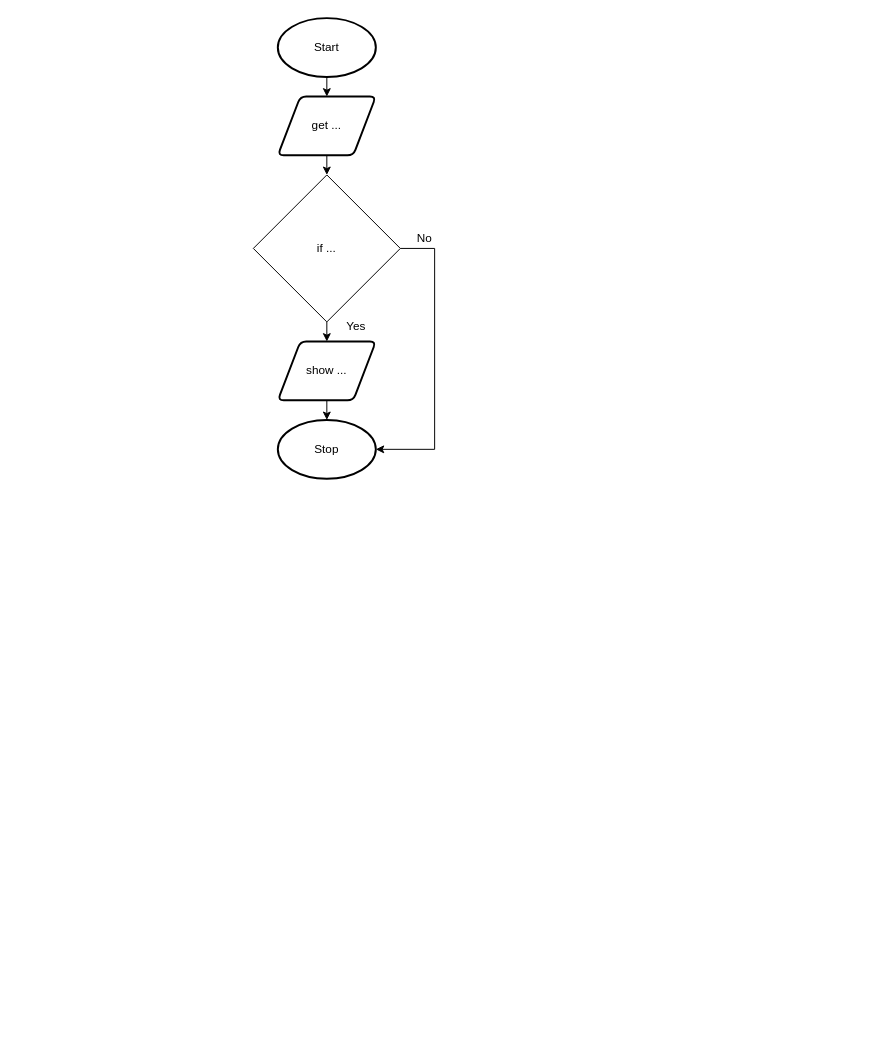
Above: drawio/flowchart/flowchart.drawio in Aidan-Lalonde-Novales/ICS3U-Unit4-02-Python (draw.io), before the change. Source tidied: cells renumbered, new cells numbered last; positions are measured from the earlier drawing's top-left corner, leaving out a move shared by most shapes. Both pictures are drawn from the tidied source at 98%, with x=0, y=0 at pixel (253, 18).
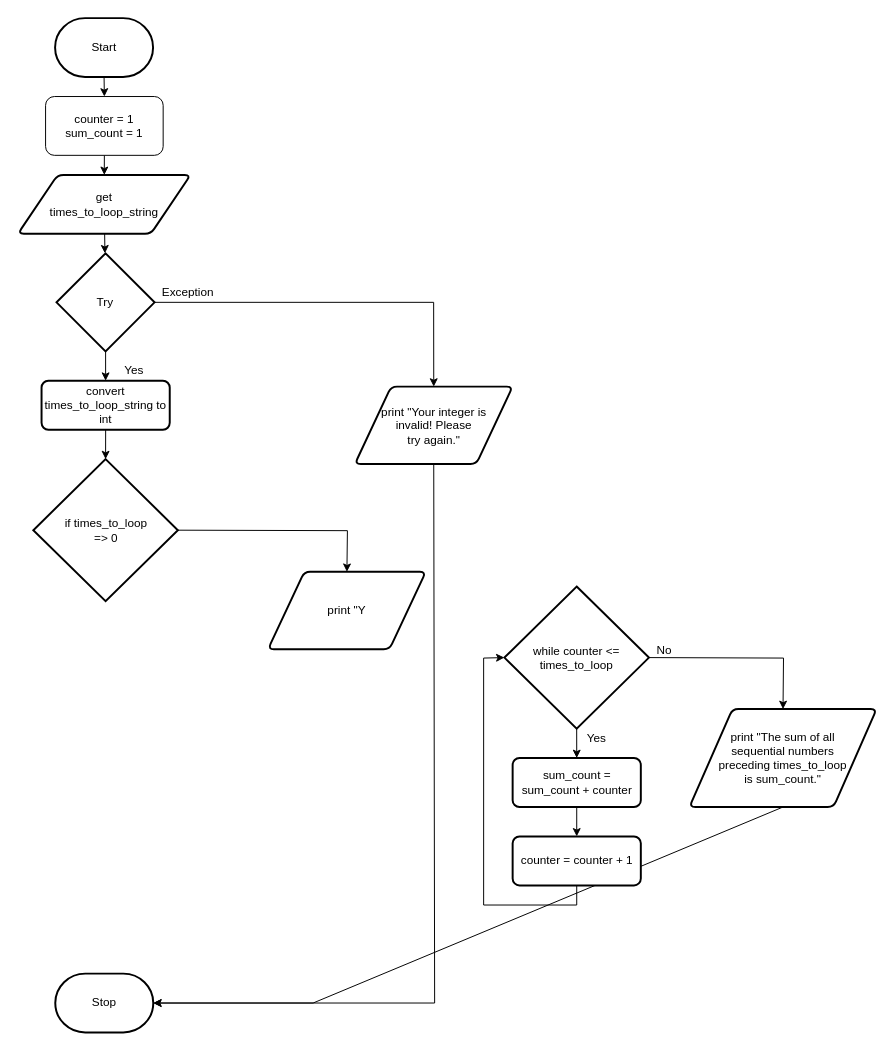
Above is the later version.

The edit, as a diff of the source:
```diff
@@
-    <mxCell id="2" style="edgeStyle=none;html=1;exitX=0.5;exitY=1;exitDx=0;exitDy=0;exitPerimeter=0;entryX=0.5;entryY=0;entryDx=0;entryDy=0;" parent="1" edge="1" source="3" target="5">
-      <mxGeometry relative="1" as="geometry" />
-    </mxCell>
+    <mxCell id="13" style="edgeStyle=none;rounded=0;html=1;exitX=0.5;exitY=1;exitDx=0;exitDy=0;exitPerimeter=0;entryX=0.5;entryY=0;entryDx=0;entryDy=0;" parent="1" edge="1" source="3" target="37">
+      <mxGeometry relative="1" as="geometry" />
+    </mxCell>
-    <mxCell id="3" value="Start" style="strokeWidth=2;html=1;shape=mxgraph.flowchart.start_1;whiteSpace=wrap;" parent="1" vertex="1">
-      <mxGeometry x="25" width="100" height="60" as="geometry" />
+    <mxCell id="3" value="Start" style="strokeWidth=2;html=1;shape=mxgraph.flowchart.terminator;whiteSpace=wrap;" parent="1" vertex="1">
+      <mxGeometry x="-202.3" width="100" height="60" as="geometry" />
     </mxCell>
-    <mxCell id="4" style="edgeStyle=none;html=1;exitX=0.5;exitY=1;exitDx=0;exitDy=0;entryX=0.5;entryY=0;entryDx=0;entryDy=0;" parent="1" edge="1" source="5">
-      <mxGeometry relative="1" as="geometry">
-        <mxPoint x="75" y="160" as="targetPoint" />
-      </mxGeometry>
-    </mxCell>
-    <mxCell id="5" value="get ..." style="shape=parallelogram;html=1;strokeWidth=2;perimeter=parallelogramPerimeter;whiteSpace=wrap;rounded=1;arcSize=12;size=0.23;" parent="1" vertex="1">
-      <mxGeometry x="25" y="80" width="100" height="60" as="geometry" />
-    </mxCell>
-    <mxCell id="6" style="edgeStyle=none;html=1;exitX=0.5;exitY=1;exitDx=0;exitDy=0;entryX=0.5;entryY=0;entryDx=0;entryDy=0;entryPerimeter=0;" parent="1" edge="1" source="7" target="8">
-      <mxGeometry relative="1" as="geometry" />
-    </mxCell>
-    <mxCell id="7" value="show ..." style="shape=parallelogram;html=1;strokeWidth=2;perimeter=parallelogramPerimeter;whiteSpace=wrap;rounded=1;arcSize=12;size=0.23;" parent="1" vertex="1">
-      <mxGeometry x="25" y="330" width="100" height="60" as="geometry" />
-    </mxCell>
+    <mxCell id="14" style="edgeStyle=none;rounded=0;html=1;" parent="1" edge="1" source="15" target="23">
+      <mxGeometry relative="1" as="geometry" />
+    </mxCell>
+    <mxCell id="15" value="get&lt;br&gt;times_to_loop_string" style="shape=parallelogram;html=1;strokeWidth=2;perimeter=parallelogramPerimeter;whiteSpace=wrap;rounded=1;arcSize=12;size=0.23;" parent="1" vertex="1">
+      <mxGeometry x="-240.2" y="160" width="176.2" height="60" as="geometry" />
+    </mxCell>
-    <mxCell id="8" value="Stop" style="strokeWidth=2;html=1;shape=mxgraph.flowchart.start_1;whiteSpace=wrap;" parent="1" vertex="1">
-      <mxGeometry x="25" y="410" width="100" height="60" as="geometry" />
+    <mxCell id="8" value="Stop" style="strokeWidth=2;html=1;shape=mxgraph.flowchart.terminator;whiteSpace=wrap;" parent="1" vertex="1">
+      <mxGeometry x="-202.1" y="975" width="100" height="60" as="geometry" />
     </mxCell>
-    <mxCell id="9" style="edgeStyle=none;html=1;exitX=0.5;exitY=1;exitDx=0;exitDy=0;entryX=0.5;entryY=0;entryDx=0;entryDy=0;" parent="1" edge="1" source="11" target="7">
-      <mxGeometry relative="1" as="geometry" />
-    </mxCell>
-    <mxCell id="10" style="edgeStyle=none;html=1;exitX=1;exitY=0.5;exitDx=0;exitDy=0;entryX=1;entryY=0.5;entryDx=0;entryDy=0;entryPerimeter=0;rounded=0;" parent="1" edge="1" source="11" target="8">
-      <mxGeometry relative="1" as="geometry">
-        <Array as="points">
-          <mxPoint x="185" y="235" />
-          <mxPoint x="185" y="440" />
-        </Array>
-      </mxGeometry>
-    </mxCell>
-    <mxCell id="11" value="if ..." style="rhombus;whiteSpace=wrap;html=1;" parent="1" vertex="1">
-      <mxGeometry y="160" width="150" height="150" as="geometry" />
-    </mxCell>
-    <mxCell id="12" value="Yes" style="text;html=1;strokeColor=none;fillColor=none;align=center;verticalAlign=middle;whiteSpace=wrap;rounded=0;" parent="1" vertex="1">
-      <mxGeometry x="75" y="300" width="60" height="30" as="geometry" />
-    </mxCell>
-    <mxCell id="13" value="No" style="text;html=1;strokeColor=none;fillColor=none;align=center;verticalAlign=middle;whiteSpace=wrap;rounded=0;" parent="1" vertex="1">
-      <mxGeometry x="145" y="210" width="60" height="30" as="geometry" />
-    </mxCell>
+    <mxCell id="16" style="edgeStyle=none;rounded=0;html=1;exitX=1;exitY=0.5;exitDx=0;exitDy=0;exitPerimeter=0;entryX=0.5;entryY=0;entryDx=0;entryDy=0;" parent="1" edge="1" source="18" target="29">
+      <mxGeometry relative="1" as="geometry">
+        <Array as="points">
+          <mxPoint x="541" y="653" />
+        </Array>
+      </mxGeometry>
+    </mxCell>
+    <mxCell id="17" style="edgeStyle=none;html=1;exitX=0.5;exitY=1;exitDx=0;exitDy=0;exitPerimeter=0;entryX=0.5;entryY=0;entryDx=0;entryDy=0;" parent="1" edge="1" source="18" target="33">
+      <mxGeometry relative="1" as="geometry" />
+    </mxCell>
+    <mxCell id="18" value="while counter &amp;lt;= times_to_loop" style="strokeWidth=2;html=1;shape=mxgraph.flowchart.decision;whiteSpace=wrap;" parent="1" vertex="1">
+      <mxGeometry x="256.2" y="580" width="147.5" height="145" as="geometry" />
+    </mxCell>
+    <mxCell id="19" style="edgeStyle=none;html=1;exitX=0.5;exitY=1;exitDx=0;exitDy=0;entryX=1;entryY=0.5;entryDx=0;entryDy=0;entryPerimeter=0;rounded=0;" parent="1" edge="1" source="20" target="8">
+      <mxGeometry relative="1" as="geometry">
+        <Array as="points">
+          <mxPoint x="185" y="1005" />
+        </Array>
+      </mxGeometry>
+    </mxCell>
+    <mxCell id="20" value="print &quot;Your integer is&lt;br&gt;invalid! Please &lt;br&gt;try again.&quot;" style="shape=parallelogram;html=1;strokeWidth=2;perimeter=parallelogramPerimeter;whiteSpace=wrap;rounded=1;arcSize=12;size=0.23;" parent="1" vertex="1">
+      <mxGeometry x="103.6" y="376" width="161" height="79" as="geometry" />
+    </mxCell>
+    <mxCell id="21" style="edgeStyle=none;html=1;entryX=0.5;entryY=0;entryDx=0;entryDy=0;rounded=0;" parent="1" edge="1" source="23" target="20">
+      <mxGeometry relative="1" as="geometry">
+        <Array as="points">
+          <mxPoint x="184" y="290" />
+        </Array>
+      </mxGeometry>
+    </mxCell>
+    <mxCell id="22" style="edgeStyle=none;rounded=0;html=1;" parent="1" edge="1" source="23" target="27">
+      <mxGeometry relative="1" as="geometry" />
+    </mxCell>
+    <mxCell id="23" value="Try" style="strokeWidth=2;html=1;shape=mxgraph.flowchart.decision;whiteSpace=wrap;" parent="1" vertex="1">
+      <mxGeometry x="-200.8" y="240" width="100" height="100" as="geometry" />
+    </mxCell>
+    <mxCell id="24" value="Yes&lt;br&gt;" style="text;html=1;align=center;verticalAlign=middle;strokeColor=none;fillColor=none;" parent="1" vertex="1">
+      <mxGeometry x="330.2" y="725" width="40" height="20" as="geometry" />
+    </mxCell>
+    <mxCell id="25" value="Exception" style="text;html=1;align=center;verticalAlign=middle;strokeColor=none;fillColor=none;" parent="1" vertex="1">
+      <mxGeometry x="-102.1" y="270" width="70" height="20" as="geometry" />
+    </mxCell>
+    <mxCell id="26" style="edgeStyle=none;rounded=0;html=1;exitX=0.5;exitY=1;exitDx=0;exitDy=0;entryX=0.5;entryY=0;entryDx=0;entryDy=0;entryPerimeter=0;" parent="1" edge="1" source="27" target="39">
+      <mxGeometry relative="1" as="geometry" />
+    </mxCell>
+    <mxCell id="27" value="&lt;span&gt;convert times_to_loop_string to int&lt;/span&gt;" style="rounded=1;whiteSpace=wrap;html=1;absoluteArcSize=1;arcSize=14;strokeWidth=2;" parent="1" vertex="1">
+      <mxGeometry x="-216.1" y="370" width="130.8" height="50" as="geometry" />
+    </mxCell>
+    <mxCell id="28" style="edgeStyle=none;rounded=0;html=1;exitX=0.5;exitY=1;exitDx=0;exitDy=0;entryX=1;entryY=0.5;entryDx=0;entryDy=0;entryPerimeter=0;" parent="1" edge="1" source="29" target="8">
+      <mxGeometry relative="1" as="geometry">
+        <Array as="points">
+          <mxPoint x="61" y="1005" />
+        </Array>
+      </mxGeometry>
+    </mxCell>
+    <mxCell id="29" value="print &quot;The sum of all &lt;br&gt;sequential numbers &lt;br&gt;preceding times_to_loop&lt;br&gt;is sum_count.&quot;" style="shape=parallelogram;html=1;strokeWidth=2;perimeter=parallelogramPerimeter;whiteSpace=wrap;rounded=1;arcSize=12;size=0.23;" parent="1" vertex="1">
+      <mxGeometry x="445" y="705" width="191" height="100" as="geometry" />
+    </mxCell>
+    <mxCell id="30" value="No" style="text;html=1;align=center;verticalAlign=middle;strokeColor=none;fillColor=none;" parent="1" vertex="1">
+      <mxGeometry x="403.8" y="635" width="30" height="20" as="geometry" />
+    </mxCell>
+    <mxCell id="31" value="Yes&lt;br&gt;" style="text;html=1;align=center;verticalAlign=middle;strokeColor=none;fillColor=none;" parent="1" vertex="1">
+      <mxGeometry x="-142.3" y="350" width="40" height="20" as="geometry" />
+    </mxCell>
+    <mxCell id="32" style="edgeStyle=none;html=1;exitX=0.5;exitY=1;exitDx=0;exitDy=0;entryX=0.5;entryY=0;entryDx=0;entryDy=0;" parent="1" edge="1" source="33" target="35">
+      <mxGeometry relative="1" as="geometry" />
+    </mxCell>
+    <mxCell id="33" value="sum_count = sum_count + counter" style="rounded=1;whiteSpace=wrap;html=1;absoluteArcSize=1;arcSize=14;strokeWidth=2;" parent="1" vertex="1">
+      <mxGeometry x="264.6" y="755" width="130.8" height="50" as="geometry" />
+    </mxCell>
+    <mxCell id="34" style="edgeStyle=none;html=1;exitX=0.5;exitY=1;exitDx=0;exitDy=0;entryX=0;entryY=0.5;entryDx=0;entryDy=0;entryPerimeter=0;rounded=0;" parent="1" edge="1" source="35" target="18">
+      <mxGeometry relative="1" as="geometry">
+        <Array as="points">
+          <mxPoint x="330" y="905" />
+          <mxPoint x="235" y="905" />
+          <mxPoint x="235" y="653" />
+        </Array>
+      </mxGeometry>
+    </mxCell>
+    <mxCell id="35" value="counter = counter + 1" style="rounded=1;whiteSpace=wrap;html=1;absoluteArcSize=1;arcSize=14;strokeWidth=2;" parent="1" vertex="1">
+      <mxGeometry x="264.6" y="835" width="130.8" height="50" as="geometry" />
+    </mxCell>
+    <mxCell id="36" style="edgeStyle=none;rounded=0;html=1;exitX=0.5;exitY=1;exitDx=0;exitDy=0;entryX=0.5;entryY=0;entryDx=0;entryDy=0;" parent="1" edge="1" source="37" target="15">
+      <mxGeometry relative="1" as="geometry" />
+    </mxCell>
+    <mxCell id="37" value="counter = 1&lt;br&gt;sum_count = 1" style="rounded=1;whiteSpace=wrap;html=1;" parent="1" vertex="1">
+      <mxGeometry x="-212" y="80" width="120" height="60" as="geometry" />
+    </mxCell>
+    <mxCell id="38" style="edgeStyle=none;rounded=0;html=1;exitX=1;exitY=0.5;exitDx=0;exitDy=0;exitPerimeter=0;entryX=0.5;entryY=0;entryDx=0;entryDy=0;" parent="1" edge="1" source="39" target="40">
+      <mxGeometry relative="1" as="geometry">
+        <Array as="points">
+          <mxPoint x="96" y="523" />
+        </Array>
+      </mxGeometry>
+    </mxCell>
+    <mxCell id="39" value="if times_to_loop&lt;br&gt;=&amp;gt; 0" style="strokeWidth=2;html=1;shape=mxgraph.flowchart.decision;whiteSpace=wrap;" parent="1" vertex="1">
+      <mxGeometry x="-224.5" y="450" width="147.5" height="145" as="geometry" />
+    </mxCell>
+    <mxCell id="40" value="print &quot;Y" style="shape=parallelogram;html=1;strokeWidth=2;perimeter=parallelogramPerimeter;whiteSpace=wrap;rounded=1;arcSize=12;size=0.23;" parent="1" vertex="1">
+      <mxGeometry x="15" y="565" width="161" height="79" as="geometry" />
+    </mxCell>
```
